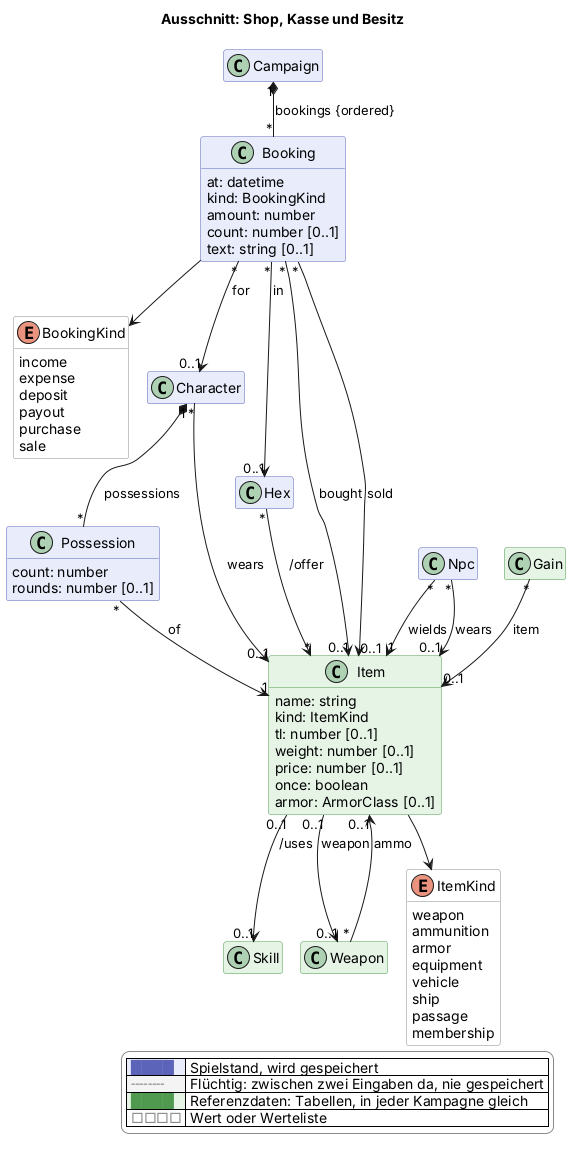
Earlier version of the PlantUML export docs/views/shop.png (scuzzar/SRE).
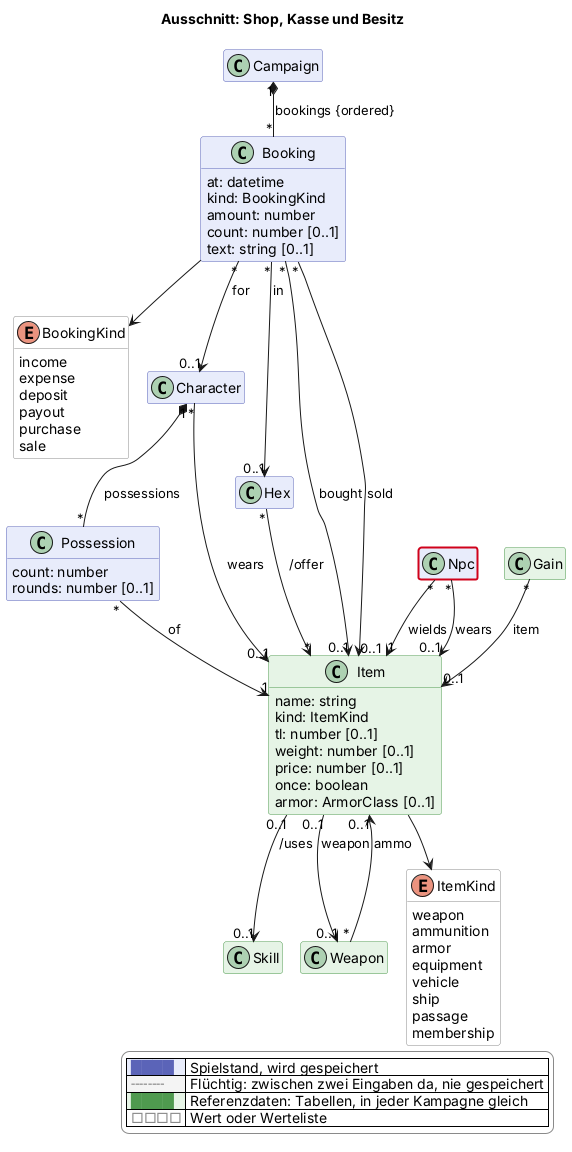
After the commit.

What changed in the source:
```diff
@@ -25,6 +25,12 @@
 !function $newArrow($c)
 !if $marked($c)
 !return "[#d0021b,bold]"
+!endif
+!return ""
+!endfunction
+!function $goneArrow($c)
+!if $marked($c)
+!return "[#d0021b,dashed]"
 !endif
 !return ""
 !endfunction
@@ -146,4 +152,5 @@
   |<#e6f4e6> <color:#4f9a4f>████</color> | Referenzdaten: Tabellen, in jeder Kampagne gleich |
   |<#ffffff> <color:#8a8a8a>□□□□</color> | Wert oder Werteliste |
 endlegend
+class Npc #line:d0021b;line.bold
 @enduml
```
